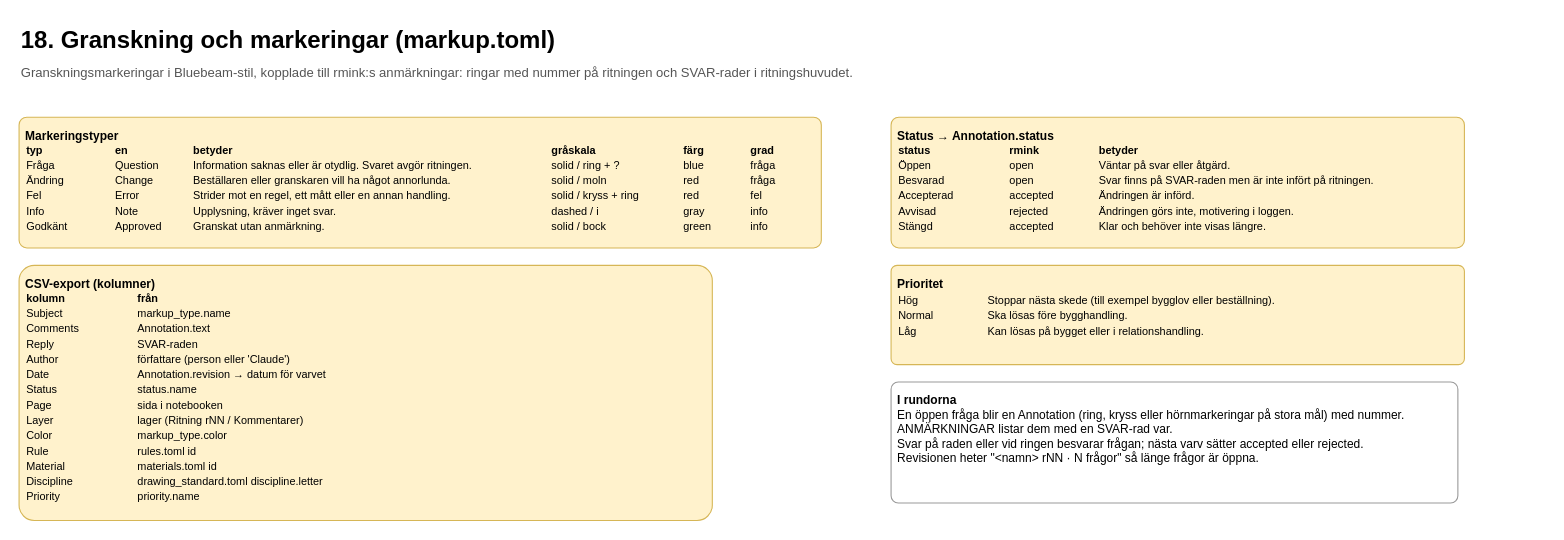
Earlier version of the draw.io diagram docs/diagrams/18-granskning-och-markeringar.drawio (thagvall/rmink). Source tidied: cells renumbered, new cells numbered last; positions are measured from the earlier drawing's top-left corner, leaving out a move shared by most shapes. Both pictures are drawn from the tidied source at 109%, with x=0, y=0 at pixel (19, 19).
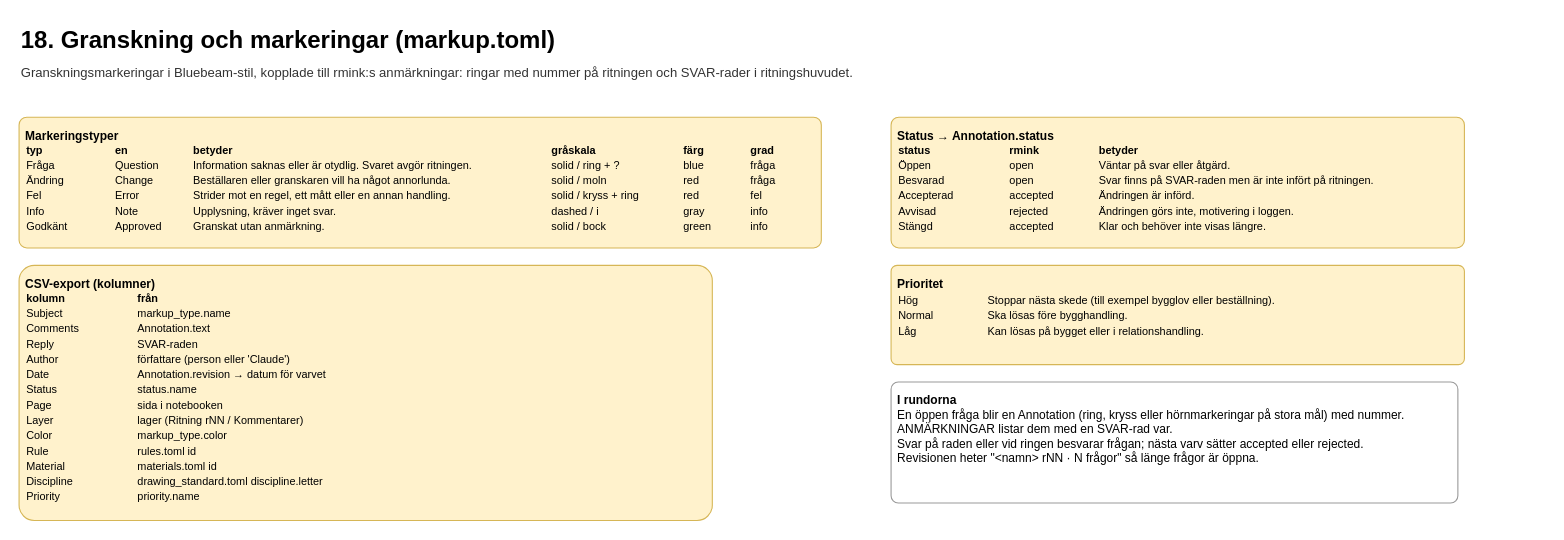
After the change.

What changed in the source:
```diff
@@
-<mxGraphModel>
+<mxGraphModel background="#ffffff">
   <root>
     <mxCell id="0" />
     <mxCell id="1" parent="0" />
     <mxCell id="2" value="&lt;b&gt;18. Granskning och markeringar (markup.toml)&lt;/b&gt;" style="text;html=1;whiteSpace=wrap;fontFamily=Helvetica;fontSize=22;fontColor=#000000;align=left;verticalAlign=top;spacing=2;" parent="1" vertex="1">
       <mxGeometry width="1400" height="34" as="geometry" />
     </mxCell>
-    <mxCell id="3" value="Granskningsmarkeringar i Bluebeam-stil, kopplade till rmink:s anmärkningar: ringar med nummer på ritningen och SVAR-rader i ritningshuvudet." style="text;html=1;whiteSpace=wrap;fontFamily=Helvetica;fontSize=12;fontColor=#555555;align=left;verticalAlign=top;spacing=2;" parent="1" vertex="1">
+    <mxCell id="3" value="Granskningsmarkeringar i Bluebeam-stil, kopplade till rmink:s anmärkningar: ringar med nummer på ritningen och SVAR-rader i ritningshuvudet." style="text;html=1;whiteSpace=wrap;fontFamily=Helvetica;fontSize=12;fontColor=#333333;align=left;verticalAlign=top;spacing=2;" parent="1" vertex="1">
       <mxGeometry y="36" width="1400" height="22" as="geometry" />
     </mxCell>
     <mxCell id="4" value="&lt;b&gt;Markeringstyper&lt;/b&gt;&lt;table style=&quot;border-collapse:collapse;font-size:10px&quot; cellpadding=&quot;1&quot; cellspacing=&quot;0&quot; border=&quot;0&quot;&gt;&lt;tr style=&quot;font-weight:bold&quot;&gt;&lt;td valign=&quot;top&quot; align=&quot;left&quot; width=&quot;80&quot;&gt;typ&lt;/td&gt;&lt;td valign=&quot;top&quot; align=&quot;left&quot; width=&quot;70&quot;&gt;en&lt;/td&gt;&lt;td valign=&quot;top&quot; align=&quot;left&quot; width=&quot;330&quot;&gt;betyder&lt;/td&gt;&lt;td valign=&quot;top&quot; align=&quot;left&quot; width=&quot;120&quot;&gt;gråskala&lt;/td&gt;&lt;td valign=&quot;top&quot; align=&quot;left&quot; width=&quot;60&quot;&gt;färg&lt;/td&gt;&lt;td valign=&quot;top&quot; align=&quot;left&quot; width=&quot;60&quot;&gt;grad&lt;/td&gt;&lt;/tr&gt;&lt;tr&gt;&lt;td valign=&quot;top&quot; align=&quot;left&quot; width=&quot;80&quot;&gt;Fråga&lt;/td&gt;&lt;td valign=&quot;top&quot; align=&quot;left&quot; width=&quot;70&quot;&gt;Question&lt;/td&gt;&lt;td valign=&quot;top&quot; align=&quot;left&quot; width=&quot;330&quot;&gt;Information saknas eller är otydlig. Svaret avgör ritningen.&lt;/td&gt;&lt;td valign=&quot;top&quot; align=&quot;left&quot; width=&quot;120&quot;&gt;solid / ring + ?&lt;/td&gt;&lt;td valign=&quot;top&quot; align=&quot;left&quot; width=&quot;60&quot;&gt;blue&lt;/td&gt;&lt;td valign=&quot;top&quot; align=&quot;left&quot; width=&quot;60&quot;&gt;fråga&lt;/td&gt;&lt;/tr&gt;&lt;tr&gt;&lt;td valign=&quot;top&quot; align=&quot;left&quot; width=&quot;80&quot;&gt;Ändring&lt;/td&gt;&lt;td valign=&quot;top&quot; align=&quot;left&quot; width=&quot;70&quot;&gt;Change&lt;/td&gt;&lt;td valign=&quot;top&quot; align=&quot;left&quot; width=&quot;330&quot;&gt;Beställaren eller granskaren vill ha något annorlunda.&lt;/td&gt;&lt;td valign=&quot;top&quot; align=&quot;left&quot; width=&quot;120&quot;&gt;solid / moln&lt;/td&gt;&lt;td valign=&quot;top&quot; align=&quot;left&quot; width=&quot;60&quot;&gt;red&lt;/td&gt;&lt;td valign=&quot;top&quot; align=&quot;left&quot; width=&quot;60&quot;&gt;fråga&lt;/td&gt;&lt;/tr&gt;&lt;tr&gt;&lt;td valign=&quot;top&quot; align=&quot;left&quot; width=&quot;80&quot;&gt;Fel&lt;/td&gt;&lt;td valign=&quot;top&quot; align=&quot;left&quot; width=&quot;70&quot;&gt;Error&lt;/td&gt;&lt;td valign=&quot;top&quot; align=&quot;left&quot; width=&quot;330&quot;&gt;Strider mot en regel, ett mått eller en annan handling.&lt;/td&gt;&lt;td valign=&quot;top&quot; align=&quot;left&quot; width=&quot;120&quot;&gt;solid / kryss + ring&lt;/td&gt;&lt;td valign=&quot;top&quot; align=&quot;left&quot; width=&quot;60&quot;&gt;red&lt;/td&gt;&lt;td valign=&quot;top&quot; align=&quot;left&quot; width=&quot;60&quot;&gt;fel&lt;/td&gt;&lt;/tr&gt;&lt;tr&gt;&lt;td valign=&quot;top&quot; align=&quot;left&quot; width=&quot;80&quot;&gt;Info&lt;/td&gt;&lt;td valign=&quot;top&quot; align=&quot;left&quot; width=&quot;70&quot;&gt;Note&lt;/td&gt;&lt;td valign=&quot;top&quot; align=&quot;left&quot; width=&quot;330&quot;&gt;Upplysning, kräver inget svar.&lt;/td&gt;&lt;td valign=&quot;top&quot; align=&quot;left&quot; width=&quot;120&quot;&gt;dashed / i&lt;/td&gt;&lt;td valign=&quot;top&quot; align=&quot;left&quot; width=&quot;60&quot;&gt;gray&lt;/td&gt;&lt;td valign=&quot;top&quot; align=&quot;left&quot; width=&quot;60&quot;&gt;info&lt;/td&gt;&lt;/tr&gt;&lt;tr&gt;&lt;td valign=&quot;top&quot; align=&quot;left&quot; width=&quot;80&quot;&gt;Godkänt&lt;/td&gt;&lt;td valign=&quot;top&quot; align=&quot;left&quot; width=&quot;70&quot;&gt;Approved&lt;/td&gt;&lt;td valign=&quot;top&quot; align=&quot;left&quot; width=&quot;330&quot;&gt;Granskat utan anmärkning.&lt;/td&gt;&lt;td valign=&quot;top&quot; align=&quot;left&quot; width=&quot;120&quot;&gt;solid / bock&lt;/td&gt;&lt;td valign=&quot;top&quot; align=&quot;left&quot; width=&quot;60&quot;&gt;green&lt;/td&gt;&lt;td valign=&quot;top&quot; align=&quot;left&quot; width=&quot;60&quot;&gt;info&lt;/td&gt;&lt;/tr&gt;&lt;/table&gt;" style="rounded=1;arcSize=6;whiteSpace=wrap;html=1;fillColor=#fff2cc;strokeColor=#d6b656;fontFamily=Helvetica;fontSize=11;align=left;verticalAlign=top;spacing=6;" parent="1" vertex="1">
       <mxGeometry y="90" width="736" height="120" as="geometry" />
     </mxCell>
     <mxCell id="5" value="&lt;b&gt;Status → Annotation.status&lt;/b&gt;&lt;table style=&quot;border-collapse:collapse;font-size:10px&quot; cellpadding=&quot;1&quot; cellspacing=&quot;0&quot; border=&quot;0&quot;&gt;&lt;tr style=&quot;font-weight:bold&quot;&gt;&lt;td valign=&quot;top&quot; align=&quot;left&quot; width=&quot;100&quot;&gt;status&lt;/td&gt;&lt;td valign=&quot;top&quot; align=&quot;left&quot; width=&quot;80&quot;&gt;rmink&lt;/td&gt;&lt;td valign=&quot;top&quot; align=&quot;left&quot; width=&quot;330&quot;&gt;betyder&lt;/td&gt;&lt;/tr&gt;&lt;tr&gt;&lt;td valign=&quot;top&quot; align=&quot;left&quot; width=&quot;100&quot;&gt;Öppen&lt;/td&gt;&lt;td valign=&quot;top&quot; align=&quot;left&quot; width=&quot;80&quot;&gt;open&lt;/td&gt;&lt;td valign=&quot;top&quot; align=&quot;left&quot; width=&quot;330&quot;&gt;Väntar på svar eller åtgärd.&lt;/td&gt;&lt;/tr&gt;&lt;tr&gt;&lt;td valign=&quot;top&quot; align=&quot;left&quot; width=&quot;100&quot;&gt;Besvarad&lt;/td&gt;&lt;td valign=&quot;top&quot; align=&quot;left&quot; width=&quot;80&quot;&gt;open&lt;/td&gt;&lt;td valign=&quot;top&quot; align=&quot;left&quot; width=&quot;330&quot;&gt;Svar finns på SVAR-raden men är inte infört på ritningen.&lt;/td&gt;&lt;/tr&gt;&lt;tr&gt;&lt;td valign=&quot;top&quot; align=&quot;left&quot; width=&quot;100&quot;&gt;Accepterad&lt;/td&gt;&lt;td valign=&quot;top&quot; align=&quot;left&quot; width=&quot;80&quot;&gt;accepted&lt;/td&gt;&lt;td valign=&quot;top&quot; align=&quot;left&quot; width=&quot;330&quot;&gt;Ändringen är införd.&lt;/td&gt;&lt;/tr&gt;&lt;tr&gt;&lt;td valign=&quot;top&quot; align=&quot;left&quot; width=&quot;100&quot;&gt;Avvisad&lt;/td&gt;&lt;td valign=&quot;top&quot; align=&quot;left&quot; width=&quot;80&quot;&gt;rejected&lt;/td&gt;&lt;td valign=&quot;top&quot; align=&quot;left&quot; width=&quot;330&quot;&gt;Ändringen görs inte, motivering i loggen.&lt;/td&gt;&lt;/tr&gt;&lt;tr&gt;&lt;td valign=&quot;top&quot; align=&quot;left&quot; width=&quot;100&quot;&gt;Stängd&lt;/td&gt;&lt;td valign=&quot;top&quot; align=&quot;left&quot; width=&quot;80&quot;&gt;accepted&lt;/td&gt;&lt;td valign=&quot;top&quot; align=&quot;left&quot; width=&quot;330&quot;&gt;Klar och behöver inte visas längre.&lt;/td&gt;&lt;/tr&gt;&lt;/table&gt;" style="rounded=1;arcSize=6;whiteSpace=wrap;html=1;fillColor=#fff2cc;strokeColor=#d6b656;fontFamily=Helvetica;fontSize=11;align=left;verticalAlign=top;spacing=6;" parent="1" vertex="1">
       <mxGeometry x="800" y="90" width="526" height="120" as="geometry" />
     </mxCell>
     <mxCell id="6" value="&lt;b&gt;Prioritet&lt;/b&gt;&lt;table style=&quot;border-collapse:collapse;font-size:10px&quot; cellpadding=&quot;1&quot; cellspacing=&quot;0&quot; border=&quot;0&quot;&gt;&lt;tr style=&quot;font-weight:bold&quot;&gt;&lt;td valign=&quot;top&quot; align=&quot;left&quot; width=&quot;80&quot;&gt;&lt;/td&gt;&lt;td valign=&quot;top&quot; align=&quot;left&quot; width=&quot;430&quot;&gt;&lt;/td&gt;&lt;/tr&gt;&lt;tr&gt;&lt;td valign=&quot;top&quot; align=&quot;left&quot; width=&quot;80&quot;&gt;Hög&lt;/td&gt;&lt;td valign=&quot;top&quot; align=&quot;left&quot; width=&quot;430&quot;&gt;Stoppar nästa skede (till exempel bygglov eller beställning).&lt;/td&gt;&lt;/tr&gt;&lt;tr&gt;&lt;td valign=&quot;top&quot; align=&quot;left&quot; width=&quot;80&quot;&gt;Normal&lt;/td&gt;&lt;td valign=&quot;top&quot; align=&quot;left&quot; width=&quot;430&quot;&gt;Ska lösas före bygghandling.&lt;/td&gt;&lt;/tr&gt;&lt;tr&gt;&lt;td valign=&quot;top&quot; align=&quot;left&quot; width=&quot;80&quot;&gt;Låg&lt;/td&gt;&lt;td valign=&quot;top&quot; align=&quot;left&quot; width=&quot;430&quot;&gt;Kan lösas på bygget eller i relationshandling.&lt;/td&gt;&lt;/tr&gt;&lt;/table&gt;" style="rounded=1;arcSize=6;whiteSpace=wrap;html=1;fillColor=#fff2cc;strokeColor=#d6b656;fontFamily=Helvetica;fontSize=11;align=left;verticalAlign=top;spacing=6;" parent="1" vertex="1">
       <mxGeometry x="800" y="226" width="526" height="91" as="geometry" />
     </mxCell>
     <mxCell id="7" value="&lt;b&gt;CSV-export (kolumner)&lt;/b&gt;&lt;table style=&quot;border-collapse:collapse;font-size:10px&quot; cellpadding=&quot;1&quot; cellspacing=&quot;0&quot; border=&quot;0&quot;&gt;&lt;tr style=&quot;font-weight:bold&quot;&gt;&lt;td valign=&quot;top&quot; align=&quot;left&quot; width=&quot;100&quot;&gt;kolumn&lt;/td&gt;&lt;td valign=&quot;top&quot; align=&quot;left&quot; width=&quot;520&quot;&gt;från&lt;/td&gt;&lt;/tr&gt;&lt;tr&gt;&lt;td valign=&quot;top&quot; align=&quot;left&quot; width=&quot;100&quot;&gt;Subject&lt;/td&gt;&lt;td valign=&quot;top&quot; align=&quot;left&quot; width=&quot;520&quot;&gt;markup_type.name&lt;/td&gt;&lt;/tr&gt;&lt;tr&gt;&lt;td valign=&quot;top&quot; align=&quot;left&quot; width=&quot;100&quot;&gt;Comments&lt;/td&gt;&lt;td valign=&quot;top&quot; align=&quot;left&quot; width=&quot;520&quot;&gt;Annotation.text&lt;/td&gt;&lt;/tr&gt;&lt;tr&gt;&lt;td valign=&quot;top&quot; align=&quot;left&quot; width=&quot;100&quot;&gt;Reply&lt;/td&gt;&lt;td valign=&quot;top&quot; align=&quot;left&quot; width=&quot;520&quot;&gt;SVAR-raden&lt;/td&gt;&lt;/tr&gt;&lt;tr&gt;&lt;td valign=&quot;top&quot; align=&quot;left&quot; width=&quot;100&quot;&gt;Author&lt;/td&gt;&lt;td valign=&quot;top&quot; align=&quot;left&quot; width=&quot;520&quot;&gt;författare (person eller 'Claude')&lt;/td&gt;&lt;/tr&gt;&lt;tr&gt;&lt;td valign=&quot;top&quot; align=&quot;left&quot; width=&quot;100&quot;&gt;Date&lt;/td&gt;&lt;td valign=&quot;top&quot; align=&quot;left&quot; width=&quot;520&quot;&gt;Annotation.revision → datum för varvet&lt;/td&gt;&lt;/tr&gt;&lt;tr&gt;&lt;td valign=&quot;top&quot; align=&quot;left&quot; width=&quot;100&quot;&gt;Status&lt;/td&gt;&lt;td valign=&quot;top&quot; align=&quot;left&quot; width=&quot;520&quot;&gt;status.name&lt;/td&gt;&lt;/tr&gt;&lt;tr&gt;&lt;td valign=&quot;top&quot; align=&quot;left&quot; width=&quot;100&quot;&gt;Page&lt;/td&gt;&lt;td valign=&quot;top&quot; align=&quot;left&quot; width=&quot;520&quot;&gt;sida i notebooken&lt;/td&gt;&lt;/tr&gt;&lt;tr&gt;&lt;td valign=&quot;top&quot; align=&quot;left&quot; width=&quot;100&quot;&gt;Layer&lt;/td&gt;&lt;td valign=&quot;top&quot; align=&quot;left&quot; width=&quot;520&quot;&gt;lager (Ritning rNN / Kommentarer)&lt;/td&gt;&lt;/tr&gt;&lt;tr&gt;&lt;td valign=&quot;top&quot; align=&quot;left&quot; width=&quot;100&quot;&gt;Color&lt;/td&gt;&lt;td valign=&quot;top&quot; align=&quot;left&quot; width=&quot;520&quot;&gt;markup_type.color&lt;/td&gt;&lt;/tr&gt;&lt;tr&gt;&lt;td valign=&quot;top&quot; align=&quot;left&quot; width=&quot;100&quot;&gt;Rule&lt;/td&gt;&lt;td valign=&quot;top&quot; align=&quot;left&quot; width=&quot;520&quot;&gt;rules.toml id&lt;/td&gt;&lt;/tr&gt;&lt;tr&gt;&lt;td valign=&quot;top&quot; align=&quot;left&quot; width=&quot;100&quot;&gt;Material&lt;/td&gt;&lt;td valign=&quot;top&quot; align=&quot;left&quot; width=&quot;520&quot;&gt;materials.toml id&lt;/td&gt;&lt;/tr&gt;&lt;tr&gt;&lt;td valign=&quot;top&quot; align=&quot;left&quot; width=&quot;100&quot;&gt;Discipline&lt;/td&gt;&lt;td valign=&quot;top&quot; align=&quot;left&quot; width=&quot;520&quot;&gt;drawing_standard.toml discipline.letter&lt;/td&gt;&lt;/tr&gt;&lt;tr&gt;&lt;td valign=&quot;top&quot; align=&quot;left&quot; width=&quot;100&quot;&gt;Priority&lt;/td&gt;&lt;td valign=&quot;top&quot; align=&quot;left&quot; width=&quot;520&quot;&gt;priority.name&lt;/td&gt;&lt;/tr&gt;&lt;/table&gt;" style="rounded=1;arcSize=6;whiteSpace=wrap;html=1;fillColor=#fff2cc;strokeColor=#d6b656;fontFamily=Helvetica;fontSize=11;align=left;verticalAlign=top;spacing=6;" parent="1" vertex="1">
       <mxGeometry y="226" width="636" height="234" as="geometry" />
     </mxCell>
     <mxCell id="8" value="&lt;b&gt;I rundorna&lt;/b&gt;&lt;br&gt;En öppen fråga blir en Annotation (ring, kryss eller hörnmarkeringar på stora mål) med nummer.&lt;br&gt;ANMÄRKNINGAR listar dem med en SVAR-rad var.&lt;br&gt;Svar på raden eller vid ringen besvarar frågan; nästa varv sätter accepted eller rejected.&lt;br&gt;Revisionen heter &quot;&amp;lt;namn&amp;gt; rNN · N frågor&quot; så länge frågor är öppna." style="rounded=1;arcSize=6;whiteSpace=wrap;html=1;fillColor=#ffffff;strokeColor=#999999;fontFamily=Helvetica;fontSize=11;align=left;verticalAlign=top;spacing=6;" parent="1" vertex="1">
       <mxGeometry x="800" y="333" width="520" height="111" as="geometry" />
     </mxCell>
   </root>
 </mxGraphModel>
```
